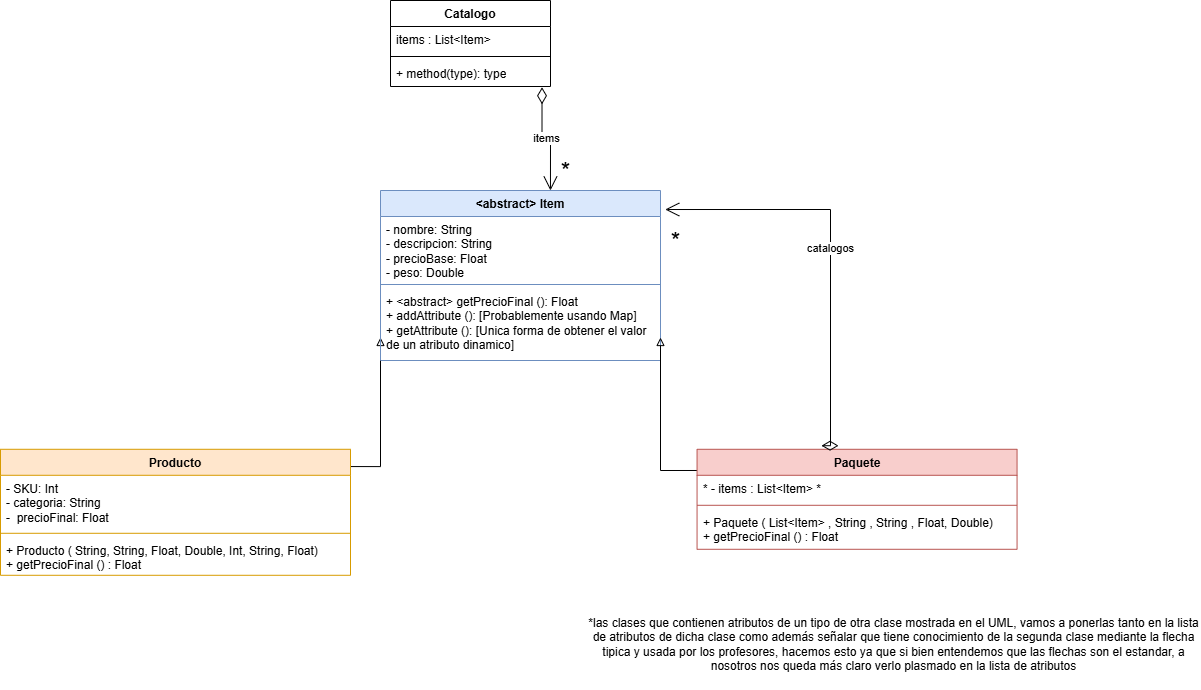
Earlier version of the draw.io export src/Catalogo/UML.png (saenzlucas/UNQShop). Source tidied: cells renumbered, new cells last; positions are measured from the earlier drawing's top-left corner, leaving out a move shared by most shapes.
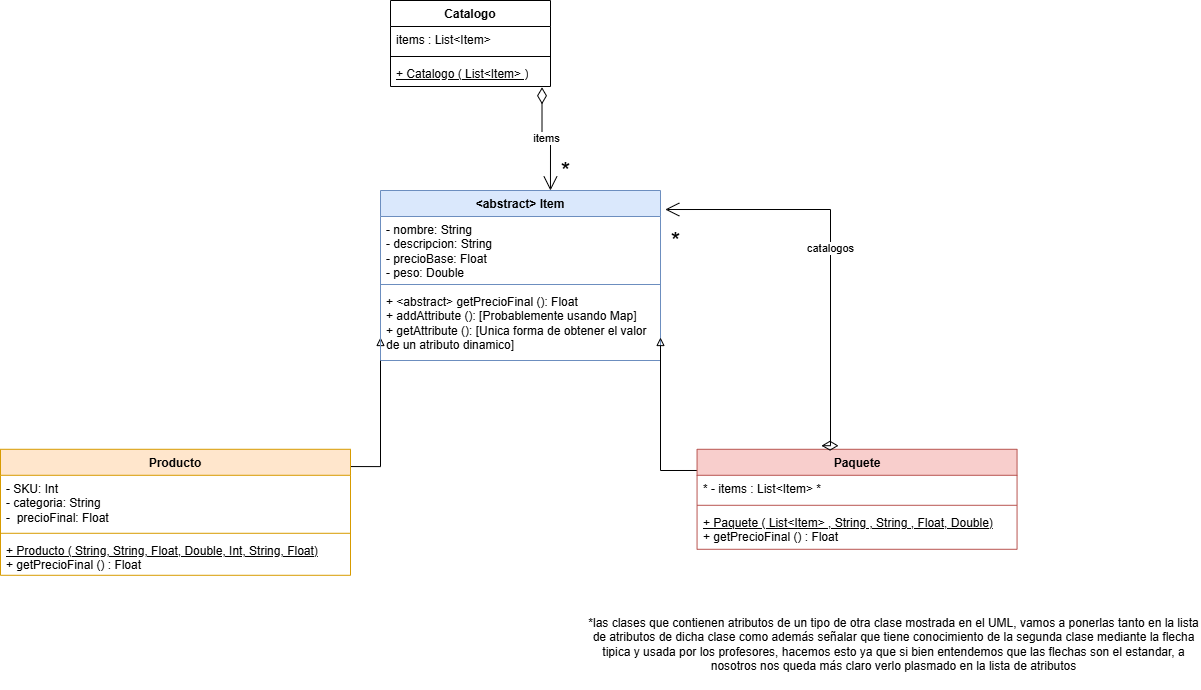
Later version of the same file.

Commit message:
se subraya mensaje de creacion de instancia ya que pasa a ser un mensaje de clase y se encarga tanto de crear la instancia como de iniciarla

Change to the diagram source:
```diff
@@ -2,11 +2,11 @@
   <root>
     <mxCell id="0" />
     <mxCell id="1" parent="0" />
-    <mxCell id="2" style="edgeStyle=orthogonalEdgeStyle;rounded=0;jettySize=auto;html=1;endArrow=block;endFill=0;entryX=0;entryY=0.5;entryDx=0;entryDy=0;exitX=0.999;exitY=0.137;exitDx=0;exitDy=0;exitPerimeter=0;" parent="1" edge="1" source="3">
-      <mxGeometry relative="1" as="geometry">
-        <mxPoint x="380" y="337" as="targetPoint" />
-      </mxGeometry>
-    </mxCell>
+    <mxCell id="25" style="edgeStyle=orthogonalEdgeStyle;rounded=0;jettySize=auto;html=1;endArrow=block;endFill=0;entryX=0;entryY=0.5;entryDx=0;entryDy=0;exitX=0.999;exitY=0.137;exitDx=0;exitDy=0;exitPerimeter=0;" parent="1" edge="1" source="3">
+      <mxGeometry relative="1" as="geometry">
+        <mxPoint x="380" y="337" as="targetPoint" />
+      </mxGeometry>
+    </mxCell>
     <mxCell id="3" value="Producto" style="swimlane;fontStyle=1;align=center;verticalAlign=top;horizontal=1;startSize=26;whiteSpace=wrap;html=1;fillColor=#ffe6cc;strokeColor=#d79b00;" parent="1" vertex="1">
       <mxGeometry y="448.8" width="350" height="126" as="geometry" />
     </mxCell>
@@ -16,7 +16,7 @@
     <mxCell id="5" style="line;strokeWidth=1;fillColor=none;align=left;verticalAlign=middle;spacingTop=-1;spacingLeft=3;spacingRight=3;labelPosition=right;strokeColor=inherit;" parent="3" vertex="1">
       <mxGeometry y="80" width="350" height="8" as="geometry" />
     </mxCell>
-    <mxCell id="6" value="+ Producto ( String, String, Float, Double, Int, String, Float)&lt;div&gt;+ getPrecioFinal () : Float&amp;nbsp;&lt;/div&gt;" style="text;strokeColor=none;fillColor=none;align=left;verticalAlign=top;spacingLeft=4;spacingRight=4;overflow=hidden;whiteSpace=wrap;html=1;fontStyle=0;fontFamily=Helvetica;fontSize=12;fontColor=default;" parent="3" vertex="1">
+    <mxCell id="6" value="&lt;u&gt;+ Producto ( String, String, Float, Double, Int, String, Float)&lt;/u&gt;&lt;div&gt;+ getPrecioFinal () : Float&amp;nbsp;&lt;/div&gt;" style="text;strokeColor=none;fillColor=none;align=left;verticalAlign=top;spacingLeft=4;spacingRight=4;overflow=hidden;whiteSpace=wrap;html=1;fontStyle=0;fontFamily=Helvetica;fontSize=12;fontColor=default;" parent="3" vertex="1">
       <mxGeometry y="88" width="350" height="38" as="geometry" />
     </mxCell>
     <mxCell id="7" value="&amp;lt;&lt;span style=&quot;background-color: transparent; color: light-dark(rgb(0, 0, 0), rgb(255, 255, 255));&quot;&gt;abstract&amp;gt; Item&lt;/span&gt;" style="swimlane;fontStyle=1;align=center;verticalAlign=top;horizontal=1;startSize=26;whiteSpace=wrap;html=1;fillColor=#dae8fc;strokeColor=#6c8ebf;" parent="1" vertex="1">
@@ -31,11 +31,11 @@
     <mxCell id="10" value="&lt;div&gt;&lt;div&gt;+ &amp;lt;abstract&amp;gt; getPrecioFinal (): Float&lt;/div&gt;&lt;div&gt;+ addAttribute (): [Probablemente usando Map]&lt;/div&gt;&lt;div&gt;+ getAttribute (): &lt;span style=&quot;background-color: transparent; color: light-dark(rgb(0, 0, 0), rgb(255, 255, 255));&quot;&gt;[Unica forma de obtener el valor de un atributo dinamico]&lt;/span&gt;&lt;/div&gt;&lt;/div&gt;" style="text;strokeColor=none;fillColor=none;align=left;verticalAlign=top;spacingLeft=4;spacingRight=4;overflow=hidden;whiteSpace=wrap;html=1;" parent="7" vertex="1">
       <mxGeometry y="98" width="280" height="72" as="geometry" />
     </mxCell>
-    <mxCell id="11" style="edgeStyle=orthogonalEdgeStyle;rounded=0;jettySize=auto;html=1;endArrow=block;endFill=0;exitX=0.004;exitY=0.212;exitDx=0;exitDy=0;exitPerimeter=0;" parent="1" edge="1" source="12">
-      <mxGeometry relative="1" as="geometry">
-        <mxPoint x="660" y="337" as="targetPoint" />
-      </mxGeometry>
-    </mxCell>
+    <mxCell id="26" style="edgeStyle=orthogonalEdgeStyle;rounded=0;jettySize=auto;html=1;endArrow=block;endFill=0;exitX=0.004;exitY=0.212;exitDx=0;exitDy=0;exitPerimeter=0;" parent="1" edge="1" source="12">
+      <mxGeometry relative="1" as="geometry">
+        <mxPoint x="660" y="337" as="targetPoint" />
+      </mxGeometry>
+    </mxCell>
     <mxCell id="12" value="Paquete" style="swimlane;fontStyle=1;align=center;verticalAlign=top;horizontal=1;startSize=26;whiteSpace=wrap;html=1;fillColor=#f8cecc;strokeColor=#b85450;" parent="1" vertex="1">
       <mxGeometry x="696.6" y="448.8" width="320" height="100" as="geometry" />
     </mxCell>
@@ -45,7 +45,7 @@
     <mxCell id="14" style="line;strokeWidth=1;fillColor=none;align=left;verticalAlign=middle;spacingTop=-1;spacingLeft=3;spacingRight=3;labelPosition=right;strokeColor=inherit;" parent="12" vertex="1">
       <mxGeometry y="52" width="320" height="8" as="geometry" />
     </mxCell>
-    <mxCell id="15" value="+ Paquete ( List&amp;lt;Item&amp;gt; , String , String , Float, Double)&amp;nbsp;&lt;div&gt;+ getPrecioFinal () : Float&lt;/div&gt;" style="text;strokeColor=none;fillColor=none;align=left;verticalAlign=top;spacingLeft=4;spacingRight=4;overflow=hidden;whiteSpace=wrap;html=1;fontStyle=0;fontFamily=Helvetica;fontSize=12;fontColor=default;" parent="12" vertex="1">
+    <mxCell id="15" value="&lt;u&gt;+ Paquete ( List&amp;lt;Item&amp;gt; , String , String , Float, Double)&lt;/u&gt;&amp;nbsp;&lt;div&gt;+ getPrecioFinal () : Float&lt;/div&gt;" style="text;strokeColor=none;fillColor=none;align=left;verticalAlign=top;spacingLeft=4;spacingRight=4;overflow=hidden;whiteSpace=wrap;html=1;fontStyle=0;fontFamily=Helvetica;fontSize=12;fontColor=default;" parent="12" vertex="1">
       <mxGeometry y="60" width="320" height="40" as="geometry" />
     </mxCell>
     <mxCell id="16" value="catalogos" style="endArrow=open;html=1;endSize=12;startArrow=diamondThin;startSize=14;startFill=0;edgeStyle=orthogonalEdgeStyle;rounded=0;exitX=0.442;exitY=-0.036;exitDx=0;exitDy=0;exitPerimeter=0;entryX=1.017;entryY=-0.269;entryDx=0;entryDy=0;entryPerimeter=0;" parent="1" edge="1" source="12">
@@ -57,11 +57,11 @@
         </Array>
       </mxGeometry>
     </mxCell>
-    <mxCell id="17" value="&lt;font style=&quot;font-size: 24px;&quot;&gt;*&lt;/font&gt;" style="edgeLabel;html=1;align=right;verticalAlign=top;" parent="16" vertex="1">
-      <mxGeometry x="1" relative="1" as="geometry">
-        <mxPoint x="15" y="11" as="offset" />
-      </mxGeometry>
-    </mxCell>
+    <mxCell id="27" value="&lt;font style=&quot;font-size: 24px;&quot;&gt;*&lt;/font&gt;" style="edgeLabel;html=1;align=right;verticalAlign=top;" parent="16" vertex="1">
+      <mxGeometry x="1" relative="1" as="geometry">
+        <mxPoint x="15" y="11" as="offset" />
+      </mxGeometry>
+    </mxCell>
     <mxCell id="18" value="*las clases que contienen atributos de un tipo de otra clase mostrada en el UML, vamos a ponerlas tanto en la lista de atributos de dicha clase como además señalar que tiene conocimiento de la segunda clase mediante la flecha tipica y usada por los profesores, hacemos esto ya que si bien entendemos que las flechas son el estandar, a nosotros nos queda más claro verlo plasmado en la lista de atributos" style="text;html=1;whiteSpace=wrap;strokeColor=none;fillColor=none;align=center;verticalAlign=middle;rounded=0;" parent="1" vertex="1">
       <mxGeometry x="586.6" y="598.8" width="613.4" height="90" as="geometry" />
     </mxCell>
@@ -74,16 +74,16 @@
     <mxCell id="21" style="line;strokeWidth=1;fillColor=none;align=left;verticalAlign=middle;spacingTop=-1;spacingLeft=3;spacingRight=3;labelPosition=right;strokeColor=inherit;" parent="19" vertex="1">
       <mxGeometry y="52" width="160" height="8" as="geometry" />
     </mxCell>
-    <mxCell id="22" value="+ method(type): type" style="text;strokeColor=none;fillColor=none;align=left;verticalAlign=top;spacingLeft=4;spacingRight=4;overflow=hidden;points=[[0,0.5],[1,0.5]];portConstraint=eastwest;whiteSpace=wrap;html=1;" parent="19" vertex="1">
-      <mxGeometry y="60" width="160" height="26" as="geometry" />
-    </mxCell>
+    <mxCell id="28" value="&lt;u&gt;+ Catalogo ( List&amp;lt;Item&amp;gt; )&lt;/u&gt;" style="text;strokeColor=none;fillColor=none;align=left;verticalAlign=top;spacingLeft=4;spacingRight=4;overflow=hidden;points=[[0,0.5],[1,0.5]];portConstraint=eastwest;whiteSpace=wrap;html=1;" parent="19" vertex="1">
+      <mxGeometry y="60" width="160" height="26" as="geometry" />
+    </mxCell>
-    <mxCell id="23" value="items" style="endArrow=open;html=1;endSize=12;startArrow=diamondThin;startSize=14;startFill=0;edgeStyle=orthogonalEdgeStyle;rounded=0;exitX=0.947;exitY=1.03;exitDx=0;exitDy=0;exitPerimeter=0;entryX=0.607;entryY=0;entryDx=0;entryDy=0;entryPerimeter=0;" parent="1" edge="1" source="22" target="7">
+    <mxCell id="23" value="items" style="endArrow=open;html=1;endSize=12;startArrow=diamondThin;startSize=14;startFill=0;edgeStyle=orthogonalEdgeStyle;rounded=0;exitX=0.947;exitY=1.03;exitDx=0;exitDy=0;exitPerimeter=0;entryX=0.607;entryY=0;entryDx=0;entryDy=0;entryPerimeter=0;" parent="1" edge="1" source="28" target="7">
       <mxGeometry relative="1" as="geometry" />
     </mxCell>
-    <mxCell id="24" value="&lt;font style=&quot;font-size: 24px;&quot;&gt;*&lt;/font&gt;" style="edgeLabel;html=1;align=right;verticalAlign=top;" parent="23" vertex="1">
-      <mxGeometry x="1" relative="1" as="geometry">
-        <mxPoint x="20" y="-40" as="offset" />
-      </mxGeometry>
-    </mxCell>
+    <mxCell id="29" value="&lt;font style=&quot;font-size: 24px;&quot;&gt;*&lt;/font&gt;" style="edgeLabel;html=1;align=right;verticalAlign=top;" parent="23" vertex="1">
+      <mxGeometry x="1" relative="1" as="geometry">
+        <mxPoint x="20" y="-40" as="offset" />
+      </mxGeometry>
+    </mxCell>
   </root>
 </mxGraphModel>
```
